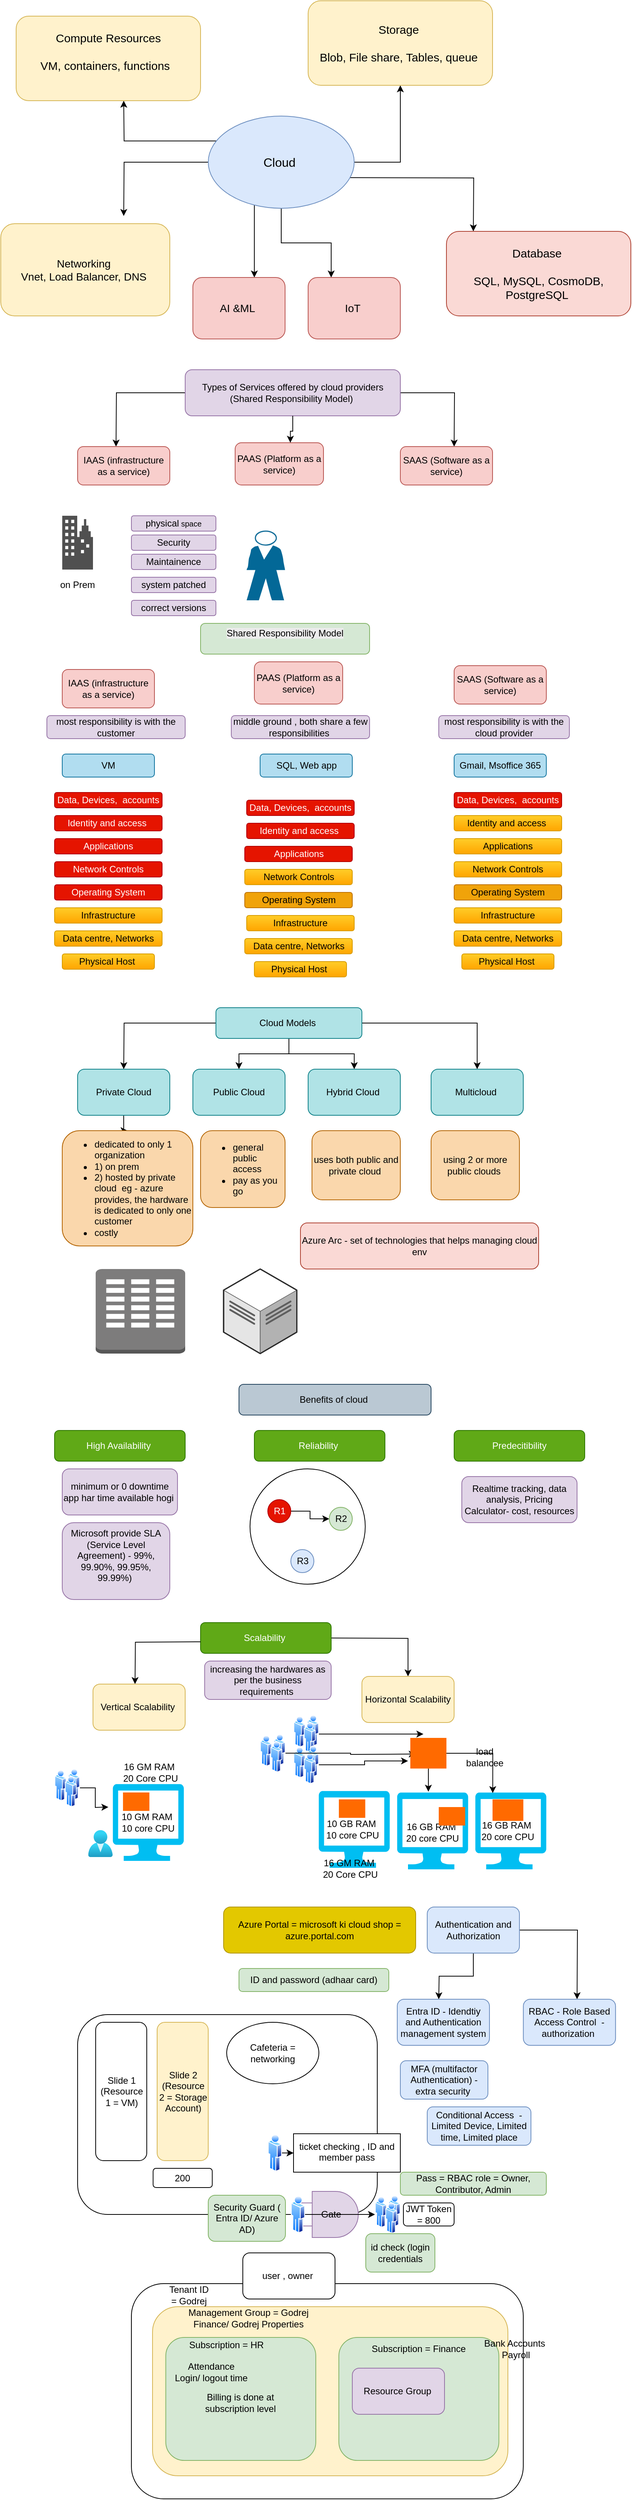
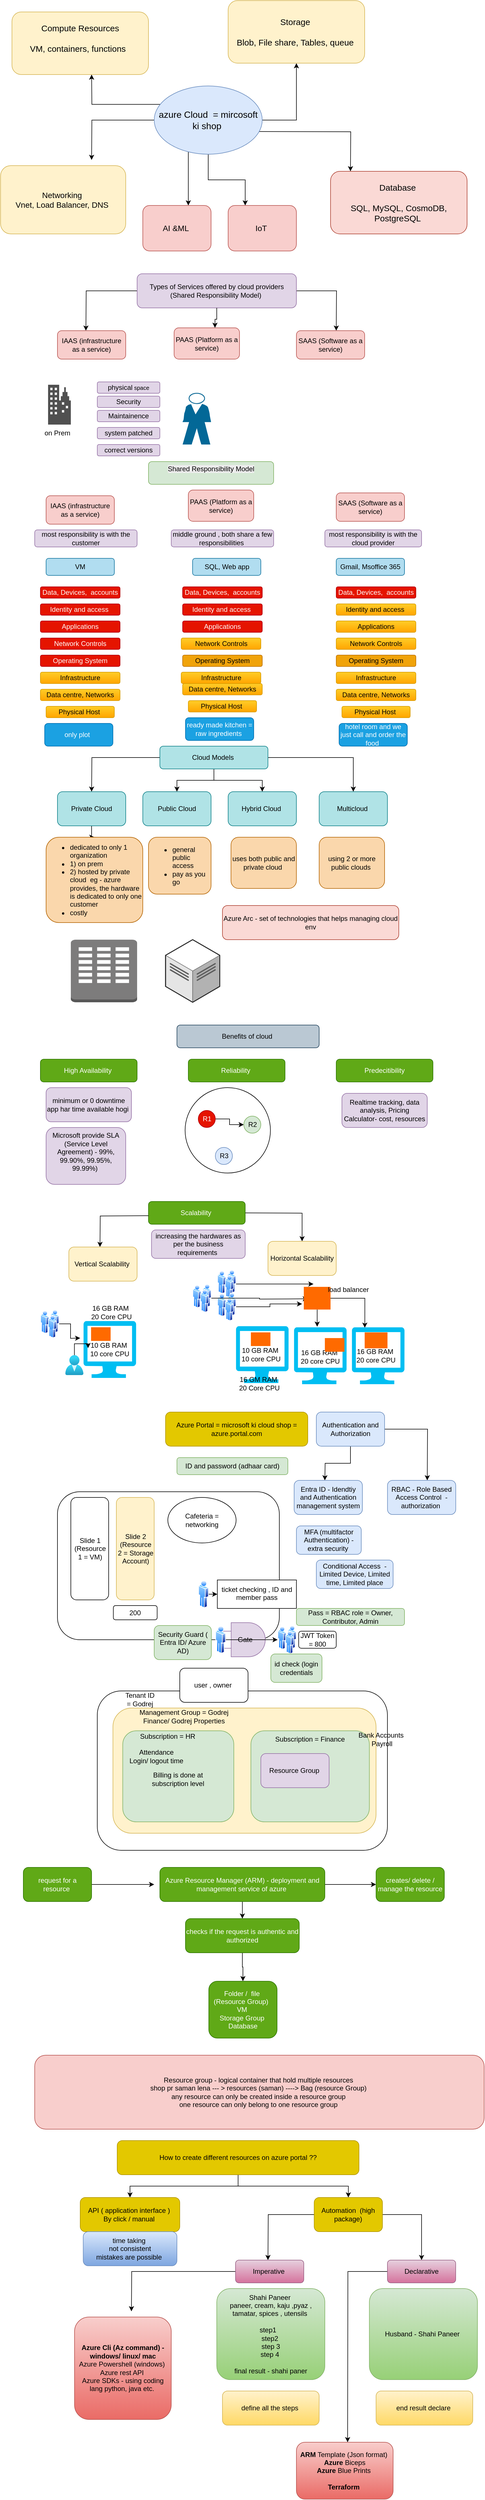
<mxfile host="app.diagrams.net">
  <diagram name="Page-1" id="3FCAWgGivvUF1Nj-s7xG">
    <mxGraphModel dx="824" dy="422" grid="1" gridSize="10" guides="1" tooltips="1" connect="1" arrows="1" fold="1" page="1" pageScale="1" pageWidth="9000000" pageHeight="9011690" math="0" shadow="0">
      <root>
        <mxCell id="0" />
        <mxCell id="1" parent="0" />
        <mxCell id="ik6IsKgd0wWjUEhBft66-3" edge="1" parent="1" source="ik6IsKgd0wWjUEhBft66-2" style="edgeStyle=orthogonalEdgeStyle;rounded=0;orthogonalLoop=1;jettySize=auto;html=1;exitX=0.073;exitY=0.27;exitDx=0;exitDy=0;exitPerimeter=0;">
          <mxGeometry relative="1" as="geometry">
            <mxPoint x="440" y="250" as="sourcePoint" />
            <mxPoint x="290" y="170" as="targetPoint" />
          </mxGeometry>
        </mxCell>
        <mxCell id="ik6IsKgd0wWjUEhBft66-5" edge="1" parent="1" source="ik6IsKgd0wWjUEhBft66-2" style="edgeStyle=orthogonalEdgeStyle;rounded=0;orthogonalLoop=1;jettySize=auto;html=1;">
          <mxGeometry relative="1" as="geometry">
            <mxPoint x="290" y="320" as="targetPoint" />
          </mxGeometry>
        </mxCell>
        <mxCell id="ik6IsKgd0wWjUEhBft66-8" edge="1" parent="1" source="ik6IsKgd0wWjUEhBft66-2" style="edgeStyle=orthogonalEdgeStyle;rounded=0;orthogonalLoop=1;jettySize=auto;html=1;">
          <mxGeometry relative="1" as="geometry">
            <Array as="points">
              <mxPoint x="650" y="250" />
            </Array>
            <mxPoint x="650" y="150" as="targetPoint" />
          </mxGeometry>
        </mxCell>
        <mxCell id="ik6IsKgd0wWjUEhBft66-12" edge="1" parent="1" style="edgeStyle=orthogonalEdgeStyle;rounded=0;orthogonalLoop=1;jettySize=auto;html=1;">
          <mxGeometry relative="1" as="geometry">
            <mxPoint x="555" y="270" as="sourcePoint" />
            <mxPoint x="745" y="340" as="targetPoint" />
          </mxGeometry>
        </mxCell>
        <mxCell id="ik6IsKgd0wWjUEhBft66-14" edge="1" parent="1" source="ik6IsKgd0wWjUEhBft66-2" style="edgeStyle=orthogonalEdgeStyle;rounded=0;orthogonalLoop=1;jettySize=auto;html=1;">
          <mxGeometry relative="1" as="geometry">
            <Array as="points">
              <mxPoint x="460" y="400" />
            </Array>
            <mxPoint x="460" y="400" as="targetPoint" />
          </mxGeometry>
        </mxCell>
        <mxCell id="ik6IsKgd0wWjUEhBft66-16" edge="1" parent="1" source="ik6IsKgd0wWjUEhBft66-2" style="edgeStyle=orthogonalEdgeStyle;rounded=0;orthogonalLoop=1;jettySize=auto;html=1;entryX=0.25;entryY=0;entryDx=0;entryDy=0;" target="ik6IsKgd0wWjUEhBft66-17">
          <mxGeometry relative="1" as="geometry">
            <Array as="points" />
            <mxPoint x="560" y="380" as="targetPoint" />
          </mxGeometry>
        </mxCell>
-         <mxCell id="ik6IsKgd0wWjUEhBft66-2" parent="1" style="ellipse;whiteSpace=wrap;html=1;fillColor=#dae8fc;strokeColor=#6c8ebf;" value="&lt;font style=&quot;font-size: 16px;&quot;&gt;Cloud&amp;nbsp;&lt;/font&gt;" vertex="1">
+         <mxCell id="ik6IsKgd0wWjUEhBft66-2" parent="1" style="ellipse;whiteSpace=wrap;html=1;fillColor=#dae8fc;strokeColor=#6c8ebf;" value="&lt;font style=&quot;font-size: 16px;&quot;&gt;azure Cloud&amp;nbsp; = mircosoft ki shop&amp;nbsp;&lt;/font&gt;" vertex="1">
          <mxGeometry height="120" width="190" x="400" y="190" as="geometry" />
        </mxCell>
        <mxCell id="ik6IsKgd0wWjUEhBft66-4" parent="1" style="rounded=1;whiteSpace=wrap;html=1;fontSize=15;fillColor=#fff2cc;strokeColor=#d6b656;" value="Compute Resources&lt;div&gt;&lt;br&gt;&lt;/div&gt;&lt;div&gt;VM, containers, functions&amp;nbsp;&amp;nbsp;&lt;div&gt;&lt;br&gt;&lt;/div&gt;&lt;/div&gt;" vertex="1">
          <mxGeometry height="110" width="240" x="150" y="60" as="geometry" />
        </mxCell>
        <mxCell id="ik6IsKgd0wWjUEhBft66-6" parent="1" style="rounded=1;whiteSpace=wrap;html=1;fontSize=14;fillColor=#fff2cc;strokeColor=#d6b656;" value="Networking&amp;nbsp;&lt;div&gt;Vnet, Load Balancer, DNS&amp;nbsp;&lt;/div&gt;" vertex="1">
          <mxGeometry height="120" width="220" x="130" y="330" as="geometry" />
        </mxCell>
        <mxCell id="ik6IsKgd0wWjUEhBft66-9" parent="1" style="rounded=1;whiteSpace=wrap;html=1;fontSize=15;fillColor=#fff2cc;strokeColor=#d6b656;" value="&lt;div&gt;&lt;div&gt;Storage&amp;nbsp;&lt;/div&gt;&lt;/div&gt;&lt;div&gt;&lt;br&gt;&lt;/div&gt;&lt;div&gt;Blob, File share, Tables, queue&amp;nbsp;&lt;/div&gt;" vertex="1">
          <mxGeometry height="110" width="240" x="530" y="40" as="geometry" />
        </mxCell>
        <mxCell id="ik6IsKgd0wWjUEhBft66-13" parent="1" style="rounded=1;whiteSpace=wrap;html=1;fontSize=15;fillColor=#fad9d5;strokeColor=#ae4132;" value="&lt;div&gt;&lt;div&gt;Database&amp;nbsp;&lt;/div&gt;&lt;/div&gt;&lt;div&gt;&lt;br&gt;&lt;/div&gt;&lt;div&gt;SQL, MySQL, CosmoDB, PostgreSQL&amp;nbsp;&lt;/div&gt;" vertex="1">
          <mxGeometry height="110" width="240" x="710" y="340" as="geometry" />
        </mxCell>
        <mxCell id="ik6IsKgd0wWjUEhBft66-15" parent="1" style="rounded=1;whiteSpace=wrap;html=1;fontSize=14;fillColor=#f8cecc;strokeColor=#b85450;" value="AI &amp;amp;ML&amp;nbsp;" vertex="1">
          <mxGeometry height="80" width="120" x="380" y="400" as="geometry" />
        </mxCell>
        <mxCell id="ik6IsKgd0wWjUEhBft66-17" parent="1" style="rounded=1;whiteSpace=wrap;html=1;fontSize=14;fillColor=#f8cecc;strokeColor=#b85450;" value="IoT&amp;nbsp;" vertex="1">
          <mxGeometry height="80" width="120" x="530" y="400" as="geometry" />
        </mxCell>
        <mxCell id="ik6IsKgd0wWjUEhBft66-19" edge="1" parent="1" source="ik6IsKgd0wWjUEhBft66-18" style="edgeStyle=orthogonalEdgeStyle;rounded=0;orthogonalLoop=1;jettySize=auto;html=1;">
          <mxGeometry relative="1" as="geometry">
            <mxPoint x="280" y="620" as="targetPoint" />
          </mxGeometry>
        </mxCell>
        <mxCell id="ik6IsKgd0wWjUEhBft66-25" edge="1" parent="1" source="ik6IsKgd0wWjUEhBft66-18" style="edgeStyle=orthogonalEdgeStyle;rounded=0;orthogonalLoop=1;jettySize=auto;html=1;">
          <mxGeometry relative="1" as="geometry">
            <mxPoint x="720" y="620" as="targetPoint" />
          </mxGeometry>
        </mxCell>
        <mxCell id="ik6IsKgd0wWjUEhBft66-18" parent="1" style="rounded=1;whiteSpace=wrap;html=1;fillColor=#e1d5e7;strokeColor=#9673a6;" value="Types of Services offered by cloud providers (Shared Responsibility Model)&amp;nbsp;" vertex="1">
          <mxGeometry height="60" width="280" x="370" y="520" as="geometry" />
        </mxCell>
        <mxCell id="ik6IsKgd0wWjUEhBft66-20" parent="1" style="rounded=1;whiteSpace=wrap;html=1;fillColor=#f8cecc;strokeColor=#b85450;" value="IAAS (infrastructure as a service)" vertex="1">
          <mxGeometry height="50" width="120" x="230" y="620" as="geometry" />
        </mxCell>
        <mxCell id="ik6IsKgd0wWjUEhBft66-21" parent="1" style="rounded=1;whiteSpace=wrap;html=1;fillColor=#f8cecc;strokeColor=#b85450;" value="PAAS (Platform as a service)" vertex="1">
          <mxGeometry height="55" width="115" x="435" y="615" as="geometry" />
        </mxCell>
        <mxCell id="ik6IsKgd0wWjUEhBft66-22" edge="1" parent="1" source="ik6IsKgd0wWjUEhBft66-18" style="edgeStyle=orthogonalEdgeStyle;rounded=0;orthogonalLoop=1;jettySize=auto;html=1;entryX=0.625;entryY=0;entryDx=0;entryDy=0;entryPerimeter=0;" target="ik6IsKgd0wWjUEhBft66-21">
          <mxGeometry relative="1" as="geometry" />
        </mxCell>
        <mxCell id="ik6IsKgd0wWjUEhBft66-24" parent="1" style="rounded=1;whiteSpace=wrap;html=1;fillColor=#f8cecc;strokeColor=#b85450;" value="SAAS (Software as a service)" vertex="1">
          <mxGeometry height="50" width="120" x="650" y="620" as="geometry" />
        </mxCell>
        <mxCell id="ik6IsKgd0wWjUEhBft66-26" parent="1" style="sketch=0;pointerEvents=1;shadow=0;dashed=0;html=1;strokeColor=none;fillColor=#505050;labelPosition=center;verticalLabelPosition=bottom;verticalAlign=top;outlineConnect=0;align=center;shape=mxgraph.office.concepts.on_premises;" value="" vertex="1">
-           <mxGeometry height="70" width="40" x="210" y="710" as="geometry" />
+           <mxGeometry height="70" width="40" x="213.5" y="715" as="geometry" />
        </mxCell>
        <mxCell id="ik6IsKgd0wWjUEhBft66-27" parent="1" style="rounded=1;whiteSpace=wrap;html=1;fillColor=#e1d5e7;strokeColor=#9673a6;" value="physical&lt;font size=&quot;1&quot;&gt;&amp;nbsp;space&lt;/font&gt;" vertex="1">
          <mxGeometry height="20" width="110" x="300" y="710" as="geometry" />
        </mxCell>
        <mxCell id="ik6IsKgd0wWjUEhBft66-28" parent="1" style="rounded=1;whiteSpace=wrap;html=1;fillColor=#e1d5e7;strokeColor=#9673a6;" value="Security" vertex="1">
          <mxGeometry height="20" width="110" x="300" y="735" as="geometry" />
        </mxCell>
        <mxCell id="ik6IsKgd0wWjUEhBft66-29" parent="1" style="rounded=1;whiteSpace=wrap;html=1;fillColor=#e1d5e7;strokeColor=#9673a6;" value="Maintainence" vertex="1">
          <mxGeometry height="20" width="110" x="300" y="760" as="geometry" />
        </mxCell>
        <mxCell id="ik6IsKgd0wWjUEhBft66-30" parent="1" style="rounded=1;whiteSpace=wrap;html=1;fillColor=#e1d5e7;strokeColor=#9673a6;" value="system patched" vertex="1">
          <mxGeometry height="20" width="110" x="300" y="790" as="geometry" />
        </mxCell>
        <mxCell id="ik6IsKgd0wWjUEhBft66-31" parent="1" style="rounded=1;whiteSpace=wrap;html=1;fillColor=#e1d5e7;strokeColor=#9673a6;" value="correct versions" vertex="1">
          <mxGeometry height="20" width="110" x="300" y="820" as="geometry" />
        </mxCell>
        <mxCell id="ik6IsKgd0wWjUEhBft66-32" parent="1" style="text;html=1;whiteSpace=wrap;strokeColor=none;fillColor=none;align=center;verticalAlign=middle;rounded=0;" value="on Prem" vertex="1">
          <mxGeometry height="30" width="60" x="200" y="785" as="geometry" />
        </mxCell>
        <mxCell id="ik6IsKgd0wWjUEhBft66-33" parent="1" style="shape=mxgraph.cisco.people.standing_man;html=1;pointerEvents=1;dashed=0;fillColor=#036897;strokeColor=#ffffff;strokeWidth=2;verticalLabelPosition=bottom;verticalAlign=top;align=center;outlineConnect=0;" value="" vertex="1">
          <mxGeometry height="90" width="50" x="450" y="730" as="geometry" />
        </mxCell>
        <mxCell id="ik6IsKgd0wWjUEhBft66-34" parent="1" style="rounded=1;whiteSpace=wrap;html=1;fillColor=#d5e8d4;strokeColor=#82b366;verticalAlign=middle;" value="&#xa;&lt;span style=&quot;color: rgb(0, 0, 0); font-family: Helvetica; font-size: 12px; font-style: normal; font-variant-ligatures: normal; font-variant-caps: normal; font-weight: 400; letter-spacing: normal; orphans: 2; text-align: center; text-indent: 0px; text-transform: none; widows: 2; word-spacing: 0px; -webkit-text-stroke-width: 0px; white-space: normal; background-color: rgb(236, 236, 236); text-decoration-thickness: initial; text-decoration-style: initial; text-decoration-color: initial; display: inline !important; float: none;&quot;&gt;Shared Responsibility Model&lt;/span&gt;&#xa;&#xa;" vertex="1">
          <mxGeometry height="40" width="220" x="390" y="850" as="geometry" />
        </mxCell>
        <mxCell id="ik6IsKgd0wWjUEhBft66-35" parent="1" style="rounded=1;whiteSpace=wrap;html=1;fillColor=#f8cecc;strokeColor=#b85450;" value="IAAS (infrastructure as a service)" vertex="1">
          <mxGeometry height="50" width="120" x="210" y="910" as="geometry" />
        </mxCell>
        <mxCell id="ik6IsKgd0wWjUEhBft66-36" parent="1" style="rounded=1;whiteSpace=wrap;html=1;fillColor=#e1d5e7;strokeColor=#9673a6;" value="most responsibility is with the customer" vertex="1">
          <mxGeometry height="30" width="180" x="190" y="970" as="geometry" />
        </mxCell>
        <mxCell id="ik6IsKgd0wWjUEhBft66-37" parent="1" style="rounded=1;whiteSpace=wrap;html=1;fillColor=#f8cecc;strokeColor=#b85450;" value="PAAS (Platform as a service)" vertex="1">
          <mxGeometry height="55" width="115" x="460" y="900" as="geometry" />
        </mxCell>
        <mxCell id="ik6IsKgd0wWjUEhBft66-38" parent="1" style="rounded=1;whiteSpace=wrap;html=1;fillColor=#f8cecc;strokeColor=#b85450;" value="SAAS (Software as a service)" vertex="1">
          <mxGeometry height="50" width="120" x="720" y="905" as="geometry" />
        </mxCell>
        <mxCell id="ik6IsKgd0wWjUEhBft66-39" parent="1" style="rounded=1;whiteSpace=wrap;html=1;fillColor=#e1d5e7;strokeColor=#9673a6;" value="most responsibility is with the cloud provider" vertex="1">
          <mxGeometry height="30" width="170" x="700" y="970" as="geometry" />
        </mxCell>
        <mxCell id="ik6IsKgd0wWjUEhBft66-40" parent="1" style="rounded=1;whiteSpace=wrap;html=1;fillColor=#e1d5e7;strokeColor=#9673a6;" value="middle ground , both share a few responsibilities&amp;nbsp;" vertex="1">
          <mxGeometry height="30" width="180" x="430" y="970" as="geometry" />
        </mxCell>
        <mxCell id="ik6IsKgd0wWjUEhBft66-41" parent="1" style="rounded=1;whiteSpace=wrap;html=1;fillColor=#ffcd28;strokeColor=#d79b00;gradientColor=#ffa500;" value="Physical Host&amp;nbsp;" vertex="1">
          <mxGeometry height="20" width="120" x="210" y="1280" as="geometry" />
        </mxCell>
        <mxCell id="ik6IsKgd0wWjUEhBft66-42" parent="1" style="rounded=1;whiteSpace=wrap;html=1;fillColor=#ffcd28;gradientColor=#ffa500;strokeColor=#d79b00;" value="Data centre, Networks" vertex="1">
          <mxGeometry height="20" width="140" x="200" y="1250" as="geometry" />
        </mxCell>
        <mxCell id="ik6IsKgd0wWjUEhBft66-43" parent="1" style="rounded=1;whiteSpace=wrap;html=1;fillColor=#ffcd28;gradientColor=#ffa500;strokeColor=#d79b00;" value="Infrastructure" vertex="1">
          <mxGeometry height="20" width="140" x="200" y="1220" as="geometry" />
        </mxCell>
        <mxCell id="ik6IsKgd0wWjUEhBft66-44" parent="1" style="rounded=1;whiteSpace=wrap;html=1;fillColor=#e51400;fontColor=#ffffff;strokeColor=#B20000;" value="Operating System" vertex="1">
          <mxGeometry height="20" width="140" x="200" y="1190" as="geometry" />
        </mxCell>
        <mxCell id="ik6IsKgd0wWjUEhBft66-45" parent="1" style="rounded=1;whiteSpace=wrap;html=1;fillColor=#e51400;fontColor=#ffffff;strokeColor=#B20000;" value="Network Controls" vertex="1">
          <mxGeometry height="20" width="140" x="200" y="1160" as="geometry" />
        </mxCell>
        <mxCell id="ik6IsKgd0wWjUEhBft66-46" parent="1" style="rounded=1;whiteSpace=wrap;html=1;fillColor=#e51400;fontColor=#ffffff;strokeColor=#B20000;" value="Applications" vertex="1">
          <mxGeometry height="20" width="140" x="200" y="1130" as="geometry" />
        </mxCell>
        <mxCell id="ik6IsKgd0wWjUEhBft66-47" parent="1" style="rounded=1;whiteSpace=wrap;html=1;fillColor=#e51400;fontColor=#ffffff;strokeColor=#B20000;" value="Identity and access&amp;nbsp;" vertex="1">
          <mxGeometry height="20" width="140" x="200" y="1100" as="geometry" />
        </mxCell>
        <mxCell id="ik6IsKgd0wWjUEhBft66-48" parent="1" style="rounded=1;whiteSpace=wrap;html=1;fillColor=#e51400;fontColor=#ffffff;strokeColor=#B20000;" value="Data, Devices,&amp;nbsp; accounts" vertex="1">
          <mxGeometry height="20" width="140" x="200" y="1070" as="geometry" />
        </mxCell>
        <mxCell id="ik6IsKgd0wWjUEhBft66-49" parent="1" style="rounded=1;whiteSpace=wrap;html=1;fillColor=#ffcd28;strokeColor=#d79b00;gradientColor=#ffa500;" value="Physical Host&amp;nbsp;" vertex="1">
-           <mxGeometry height="20" width="120" x="460" y="1290" as="geometry" />
+           <mxGeometry height="20" width="120" x="460" y="1270" as="geometry" />
        </mxCell>
        <mxCell id="ik6IsKgd0wWjUEhBft66-50" parent="1" style="rounded=1;whiteSpace=wrap;html=1;fillColor=#ffcd28;gradientColor=#ffa500;strokeColor=#d79b00;" value="Data centre, Networks" vertex="1">
-           <mxGeometry height="20" width="140" x="447.5" y="1260" as="geometry" />
+           <mxGeometry height="20" width="140" x="450" y="1240" as="geometry" />
        </mxCell>
        <mxCell id="ik6IsKgd0wWjUEhBft66-52" parent="1" style="rounded=1;whiteSpace=wrap;html=1;fillColor=#f0a30a;fontColor=#000000;strokeColor=#BD7000;" value="Operating System" vertex="1">
-           <mxGeometry height="20" width="140" x="447.5" y="1200" as="geometry" />
+           <mxGeometry height="20" width="140" x="450" y="1190" as="geometry" />
        </mxCell>
        <mxCell id="ik6IsKgd0wWjUEhBft66-53" parent="1" style="rounded=1;whiteSpace=wrap;html=1;fillColor=#ffcd28;strokeColor=#d79b00;gradientColor=#ffa500;" value="Network Controls" vertex="1">
-           <mxGeometry height="20" width="140" x="447.5" y="1170" as="geometry" />
+           <mxGeometry height="20" width="140" x="447.5" y="1160" as="geometry" />
        </mxCell>
        <mxCell id="ik6IsKgd0wWjUEhBft66-54" parent="1" style="rounded=1;whiteSpace=wrap;html=1;fillColor=#e51400;fontColor=#ffffff;strokeColor=#B20000;" value="Applications" vertex="1">
-           <mxGeometry height="20" width="140" x="447.5" y="1140" as="geometry" />
+           <mxGeometry height="20" width="140" x="450" y="1130" as="geometry" />
        </mxCell>
        <mxCell id="ik6IsKgd0wWjUEhBft66-55" parent="1" style="rounded=1;whiteSpace=wrap;html=1;fillColor=#e51400;fontColor=#ffffff;strokeColor=#B20000;" value="Identity and access&amp;nbsp;" vertex="1">
-           <mxGeometry height="20" width="140" x="450" y="1110" as="geometry" />
+           <mxGeometry height="20" width="140" x="450" y="1100" as="geometry" />
        </mxCell>
        <mxCell id="ik6IsKgd0wWjUEhBft66-56" parent="1" style="rounded=1;whiteSpace=wrap;html=1;fillColor=#e51400;fontColor=#ffffff;strokeColor=#B20000;" value="Data, Devices,&amp;nbsp; accounts" vertex="1">
-           <mxGeometry height="20" width="140" x="450" y="1080" as="geometry" />
+           <mxGeometry height="20" width="140" x="450" y="1070" as="geometry" />
        </mxCell>
        <mxCell id="ik6IsKgd0wWjUEhBft66-57" parent="1" style="rounded=1;whiteSpace=wrap;html=1;fillColor=#ffcd28;strokeColor=#d79b00;gradientColor=#ffa500;" value="Physical Host&amp;nbsp;" vertex="1">
          <mxGeometry height="20" width="120" x="730" y="1280" as="geometry" />
        </mxCell>
        <mxCell id="ik6IsKgd0wWjUEhBft66-58" parent="1" style="rounded=1;whiteSpace=wrap;html=1;fillColor=#ffcd28;gradientColor=#ffa500;strokeColor=#d79b00;" value="Data centre, Networks" vertex="1">
          <mxGeometry height="20" width="140" x="720" y="1250" as="geometry" />
        </mxCell>
        <mxCell id="ik6IsKgd0wWjUEhBft66-59" parent="1" style="rounded=1;whiteSpace=wrap;html=1;fillColor=#ffcd28;gradientColor=#ffa500;strokeColor=#d79b00;" value="Infrastructure" vertex="1">
-           <mxGeometry height="20" width="140" x="450" y="1230" as="geometry" />
+           <mxGeometry height="20" width="140" x="447.5" y="1220" as="geometry" />
        </mxCell>
        <mxCell id="ik6IsKgd0wWjUEhBft66-60" parent="1" style="rounded=1;whiteSpace=wrap;html=1;fillColor=#ffcd28;gradientColor=#ffa500;strokeColor=#d79b00;" value="Infrastructure" vertex="1">
          <mxGeometry height="20" width="140" x="720" y="1220" as="geometry" />
        </mxCell>
        <mxCell id="ik6IsKgd0wWjUEhBft66-61" parent="1" style="rounded=1;whiteSpace=wrap;html=1;fillColor=#f0a30a;fontColor=#000000;strokeColor=#BD7000;" value="Operating System" vertex="1">
          <mxGeometry height="20" width="140" x="720" y="1190" as="geometry" />
        </mxCell>
        <mxCell id="ik6IsKgd0wWjUEhBft66-62" parent="1" style="rounded=1;whiteSpace=wrap;html=1;fillColor=#ffcd28;strokeColor=#d79b00;gradientColor=#ffa500;" value="Network Controls" vertex="1">
          <mxGeometry height="20" width="140" x="720" y="1160" as="geometry" />
        </mxCell>
        <mxCell id="ik6IsKgd0wWjUEhBft66-63" parent="1" style="rounded=1;whiteSpace=wrap;html=1;fillColor=#ffcd28;strokeColor=#d79b00;gradientColor=#ffa500;" value="Applications" vertex="1">
          <mxGeometry height="20" width="140" x="720" y="1130" as="geometry" />
        </mxCell>
        <mxCell id="ik6IsKgd0wWjUEhBft66-64" parent="1" style="rounded=1;whiteSpace=wrap;html=1;fillColor=#ffcd28;strokeColor=#d79b00;gradientColor=#ffa500;" value="Identity and access&amp;nbsp;" vertex="1">
          <mxGeometry height="20" width="140" x="720" y="1100" as="geometry" />
        </mxCell>
        <mxCell id="ik6IsKgd0wWjUEhBft66-65" parent="1" style="rounded=1;whiteSpace=wrap;html=1;fillColor=#e51400;fontColor=#ffffff;strokeColor=#B20000;" value="Data, Devices,&amp;nbsp; accounts" vertex="1">
          <mxGeometry height="20" width="140" x="720" y="1070" as="geometry" />
        </mxCell>
        <mxCell id="ik6IsKgd0wWjUEhBft66-66" parent="1" style="rounded=1;whiteSpace=wrap;html=1;fillColor=#b1ddf0;strokeColor=#10739e;" value="VM" vertex="1">
          <mxGeometry height="30" width="120" x="210" y="1020" as="geometry" />
        </mxCell>
        <mxCell id="ik6IsKgd0wWjUEhBft66-67" parent="1" style="rounded=1;whiteSpace=wrap;html=1;fillColor=#b1ddf0;strokeColor=#10739e;" value="SQL, Web app" vertex="1">
          <mxGeometry height="30" width="120" x="467.5" y="1020" as="geometry" />
        </mxCell>
        <mxCell id="ik6IsKgd0wWjUEhBft66-68" parent="1" style="rounded=1;whiteSpace=wrap;html=1;fillColor=#b1ddf0;strokeColor=#10739e;" value="Gmail, Msoffice 365" vertex="1">
          <mxGeometry height="30" width="120" x="720" y="1020" as="geometry" />
        </mxCell>
        <mxCell id="ik6IsKgd0wWjUEhBft66-70" edge="1" parent="1" source="ik6IsKgd0wWjUEhBft66-69" style="edgeStyle=orthogonalEdgeStyle;rounded=0;orthogonalLoop=1;jettySize=auto;html=1;">
          <mxGeometry relative="1" as="geometry">
            <mxPoint x="290" y="1430" as="targetPoint" />
          </mxGeometry>
        </mxCell>
        <mxCell id="ik6IsKgd0wWjUEhBft66-75" edge="1" parent="1" source="ik6IsKgd0wWjUEhBft66-69" style="edgeStyle=orthogonalEdgeStyle;rounded=0;orthogonalLoop=1;jettySize=auto;html=1;" target="ik6IsKgd0wWjUEhBft66-74" value="">
          <mxGeometry relative="1" as="geometry" />
        </mxCell>
        <mxCell id="ik6IsKgd0wWjUEhBft66-77" edge="1" parent="1" source="ik6IsKgd0wWjUEhBft66-69" style="edgeStyle=orthogonalEdgeStyle;rounded=0;orthogonalLoop=1;jettySize=auto;html=1;" target="ik6IsKgd0wWjUEhBft66-76" value="">
          <mxGeometry relative="1" as="geometry" />
        </mxCell>
        <mxCell id="ik6IsKgd0wWjUEhBft66-79" edge="1" parent="1" source="ik6IsKgd0wWjUEhBft66-69" style="edgeStyle=orthogonalEdgeStyle;rounded=0;orthogonalLoop=1;jettySize=auto;html=1;" target="ik6IsKgd0wWjUEhBft66-78" value="">
          <mxGeometry relative="1" as="geometry" />
        </mxCell>
        <mxCell id="ik6IsKgd0wWjUEhBft66-69" parent="1" style="rounded=1;whiteSpace=wrap;html=1;fillColor=#b0e3e6;strokeColor=#0e8088;" value="Cloud Models&amp;nbsp;" vertex="1">
          <mxGeometry height="40" width="190" x="410" y="1350" as="geometry" />
        </mxCell>
        <mxCell id="ik6IsKgd0wWjUEhBft66-81" edge="1" parent="1" source="ik6IsKgd0wWjUEhBft66-71" style="edgeStyle=orthogonalEdgeStyle;rounded=0;orthogonalLoop=1;jettySize=auto;html=1;" target="ik6IsKgd0wWjUEhBft66-80" value="">
          <mxGeometry relative="1" as="geometry" />
        </mxCell>
        <mxCell id="ik6IsKgd0wWjUEhBft66-71" parent="1" style="rounded=1;whiteSpace=wrap;html=1;fillColor=#b0e3e6;strokeColor=#0e8088;" value="Private Cloud" vertex="1">
          <mxGeometry height="60" width="120" x="230" y="1430" as="geometry" />
        </mxCell>
        <mxCell id="ik6IsKgd0wWjUEhBft66-74" parent="1" style="whiteSpace=wrap;html=1;rounded=1;fillColor=#b0e3e6;strokeColor=#0e8088;" value="Public Cloud" vertex="1">
          <mxGeometry height="60" width="120" x="380" y="1430" as="geometry" />
        </mxCell>
        <mxCell id="ik6IsKgd0wWjUEhBft66-76" parent="1" style="whiteSpace=wrap;html=1;rounded=1;fillColor=#b0e3e6;strokeColor=#0e8088;" value="Hybrid Cloud&amp;nbsp;" vertex="1">
          <mxGeometry height="60" width="120" x="530" y="1430" as="geometry" />
        </mxCell>
        <mxCell id="ik6IsKgd0wWjUEhBft66-78" parent="1" style="whiteSpace=wrap;html=1;rounded=1;fillColor=#b0e3e6;strokeColor=#0e8088;" value="Multicloud&amp;nbsp;" vertex="1">
          <mxGeometry height="60" width="120" x="690" y="1430" as="geometry" />
        </mxCell>
        <mxCell id="ik6IsKgd0wWjUEhBft66-80" parent="1" style="whiteSpace=wrap;html=1;rounded=1;align=left;fillColor=#fad7ac;strokeColor=#b46504;" value="&lt;ul&gt;&lt;li&gt;dedicated to only 1 organization&amp;nbsp;&lt;/li&gt;&lt;li&gt;1) on prem&lt;/li&gt;&lt;li&gt;2) hosted by private cloud&amp;nbsp; eg - azure provides, the hardware is dedicated to only one customer&lt;/li&gt;&lt;li&gt;costly&amp;nbsp;&amp;nbsp;&lt;/li&gt;&lt;/ul&gt;" vertex="1">
          <mxGeometry height="150" width="170" x="210" y="1510" as="geometry" />
        </mxCell>
        <mxCell id="ik6IsKgd0wWjUEhBft66-82" parent="1" style="outlineConnect=0;dashed=0;verticalLabelPosition=bottom;verticalAlign=top;align=center;html=1;shape=mxgraph.aws3.corporate_data_center;fillColor=#7D7C7C;gradientColor=none;" value="" vertex="1">
          <mxGeometry height="110" width="116.5" x="253.5" y="1690" as="geometry" />
        </mxCell>
        <mxCell id="ik6IsKgd0wWjUEhBft66-83" parent="1" style="verticalLabelPosition=bottom;html=1;verticalAlign=top;strokeWidth=1;align=center;outlineConnect=0;dashed=0;outlineConnect=0;shape=mxgraph.aws3d.dataCenter;strokeColor=#5E5E5E;aspect=fixed;strokeColor2=#292929;" value="" vertex="1">
          <mxGeometry height="110" width="95.28" x="420" y="1690" as="geometry" />
        </mxCell>
        <mxCell id="ik6IsKgd0wWjUEhBft66-84" parent="1" style="whiteSpace=wrap;html=1;rounded=1;align=left;fillColor=#fad7ac;strokeColor=#b46504;" value="&lt;ul&gt;&lt;li&gt;general public access&amp;nbsp;&lt;/li&gt;&lt;li&gt;pay as you go&amp;nbsp;&lt;/li&gt;&lt;/ul&gt;" vertex="1">
          <mxGeometry height="100" width="110" x="390" y="1510" as="geometry" />
        </mxCell>
        <mxCell id="ik6IsKgd0wWjUEhBft66-85" parent="1" style="whiteSpace=wrap;html=1;rounded=1;align=center;fillColor=#fad7ac;strokeColor=#b46504;" value="&lt;span style=&quot;background-color: transparent; color: light-dark(rgb(0, 0, 0), rgb(255, 255, 255));&quot;&gt;uses both public and private cloud&amp;nbsp;&lt;/span&gt;" vertex="1">
          <mxGeometry height="90" width="115" x="535" y="1510" as="geometry" />
        </mxCell>
        <mxCell id="ik6IsKgd0wWjUEhBft66-86" parent="1" style="whiteSpace=wrap;html=1;rounded=1;align=center;fillColor=#fad7ac;strokeColor=#b46504;" value="using 2 or more public clouds&amp;nbsp;" vertex="1">
          <mxGeometry height="90" width="115" x="690" y="1510" as="geometry" />
        </mxCell>
        <mxCell id="ik6IsKgd0wWjUEhBft66-87" parent="1" style="rounded=1;whiteSpace=wrap;html=1;fillColor=#fad9d5;strokeColor=#ae4132;" value="Azure Arc - set of technologies that helps managing cloud env" vertex="1">
          <mxGeometry height="60" width="310" x="520" y="1630" as="geometry" />
        </mxCell>
        <mxCell id="ik6IsKgd0wWjUEhBft66-88" parent="1" style="rounded=1;whiteSpace=wrap;html=1;fillColor=#bac8d3;strokeColor=#23445d;" value="Benefits of cloud&amp;nbsp;" vertex="1">
          <mxGeometry height="40" width="250" x="440" y="1840" as="geometry" />
        </mxCell>
        <mxCell id="MNFPe3E4O46FSrIpNTyM-1" parent="1" style="rounded=1;whiteSpace=wrap;html=1;fillColor=#60a917;fontColor=#ffffff;strokeColor=#2D7600;" value="High Availability&amp;nbsp;" vertex="1">
          <mxGeometry height="40" width="170" x="200" y="1900" as="geometry" />
        </mxCell>
        <mxCell id="MNFPe3E4O46FSrIpNTyM-2" parent="1" style="rounded=1;whiteSpace=wrap;html=1;fillColor=#e1d5e7;strokeColor=#9673a6;" value="minimum or 0 downtime&lt;br&gt;app har time available hogi&amp;nbsp;" vertex="1">
          <mxGeometry height="60" width="150" x="210" y="1950" as="geometry" />
        </mxCell>
        <mxCell id="MNFPe3E4O46FSrIpNTyM-3" parent="1" style="rounded=1;whiteSpace=wrap;html=1;fillColor=#e1d5e7;strokeColor=#9673a6;" value="Microsoft provide SLA (Service Level Agreement) - 99%, 99.90%, 99.95%, 99.99%)&amp;nbsp;&lt;div&gt;&lt;br&gt;&lt;/div&gt;" vertex="1">
          <mxGeometry height="100" width="140" x="210" y="2020" as="geometry" />
        </mxCell>
        <mxCell id="MNFPe3E4O46FSrIpNTyM-10" edge="1" parent="1" style="edgeStyle=orthogonalEdgeStyle;rounded=0;orthogonalLoop=1;jettySize=auto;html=1;" target="MNFPe3E4O46FSrIpNTyM-9" value="">
          <mxGeometry relative="1" as="geometry">
            <mxPoint x="545" y="2170" as="sourcePoint" />
          </mxGeometry>
        </mxCell>
        <mxCell id="MNFPe3E4O46FSrIpNTyM-4" parent="1" style="rounded=1;whiteSpace=wrap;html=1;fillColor=#60a917;fontColor=#ffffff;strokeColor=#2D7600;" value="Scalability&amp;nbsp;" vertex="1">
          <mxGeometry height="40" width="170" x="390" y="2150" as="geometry" />
        </mxCell>
        <mxCell id="MNFPe3E4O46FSrIpNTyM-8" edge="1" parent="1" style="edgeStyle=orthogonalEdgeStyle;rounded=0;orthogonalLoop=1;jettySize=auto;html=1;" value="">
          <mxGeometry relative="1" as="geometry">
            <mxPoint x="389.9999999999999" y="2175" as="sourcePoint" />
            <mxPoint x="304.72" y="2230" as="targetPoint" />
          </mxGeometry>
        </mxCell>
        <mxCell id="MNFPe3E4O46FSrIpNTyM-6" parent="1" style="rounded=1;whiteSpace=wrap;html=1;fillColor=#e1d5e7;strokeColor=#9673a6;" value="increasing the hardwares as per the business requirements&amp;nbsp;" vertex="1">
          <mxGeometry height="50" width="164.72" x="395.28" y="2200" as="geometry" />
        </mxCell>
        <mxCell id="MNFPe3E4O46FSrIpNTyM-7" parent="1" style="whiteSpace=wrap;html=1;rounded=1;fillColor=#fff2cc;strokeColor=#d6b656;" value="Vertical Scalability&amp;nbsp;" vertex="1">
          <mxGeometry height="60" width="120" x="250" y="2230" as="geometry" />
        </mxCell>
        <mxCell id="MNFPe3E4O46FSrIpNTyM-9" parent="1" style="whiteSpace=wrap;html=1;fillColor=#fff2cc;strokeColor=#d6b656;rounded=1;" value="Horizontal Scalability" vertex="1">
          <mxGeometry height="60" width="120" x="600" y="2220" as="geometry" />
        </mxCell>
        <mxCell id="MNFPe3E4O46FSrIpNTyM-11" parent="1" style="verticalLabelPosition=bottom;html=1;verticalAlign=top;align=center;strokeColor=none;fillColor=#00BEF2;shape=mxgraph.azure.computer;pointerEvents=1;" value="" vertex="1">
          <mxGeometry height="100" width="92.5" x="275.75" y="2360" as="geometry" />
        </mxCell>
-         <mxCell id="MNFPe3E4O46FSrIpNTyM-12" parent="1" style="text;html=1;whiteSpace=wrap;strokeColor=none;fillColor=none;align=center;verticalAlign=middle;rounded=0;" value="10 GM RAM&amp;nbsp;&lt;div&gt;10 core CPU&lt;/div&gt;" vertex="1">
+         <mxCell id="MNFPe3E4O46FSrIpNTyM-12" parent="1" style="text;html=1;whiteSpace=wrap;strokeColor=none;fillColor=none;align=center;verticalAlign=middle;rounded=0;" value="10 GB RAM&amp;nbsp;&lt;div&gt;10 core CPU&lt;/div&gt;" vertex="1">
          <mxGeometry height="30" width="76" x="284" y="2395" as="geometry" />
        </mxCell>
        <mxCell id="MNFPe3E4O46FSrIpNTyM-13" parent="1" style="points=[];aspect=fixed;html=1;align=center;shadow=0;dashed=0;fillColor=#FF6A00;strokeColor=none;shape=mxgraph.alibaba_cloud.amscloudapp;" value="" vertex="1">
          <mxGeometry height="24" width="34.36" x="289.07" y="2371" as="geometry" />
        </mxCell>
        <mxCell id="MNFPe3E4O46FSrIpNTyM-14" parent="1" style="image;aspect=fixed;html=1;points=[];align=center;fontSize=12;image=img/lib/azure2/identity/Users.svg;" value="" vertex="1">
          <mxGeometry height="35" width="32" x="243.75" y="2420" as="geometry" />
        </mxCell>
        <mxCell id="MNFPe3E4O46FSrIpNTyM-16" edge="1" parent="1" source="MNFPe3E4O46FSrIpNTyM-15" style="edgeStyle=orthogonalEdgeStyle;rounded=0;orthogonalLoop=1;jettySize=auto;html=1;">
          <mxGeometry relative="1" as="geometry">
            <mxPoint x="270" y="2390" as="targetPoint" />
          </mxGeometry>
        </mxCell>
        <mxCell id="MNFPe3E4O46FSrIpNTyM-15" parent="1" style="image;aspect=fixed;perimeter=ellipsePerimeter;html=1;align=center;shadow=0;dashed=0;spacingTop=3;image=img/lib/active_directory/users.svg;" value="" vertex="1">
          <mxGeometry height="50" width="33" x="200" y="2340" as="geometry" />
        </mxCell>
-         <mxCell id="MNFPe3E4O46FSrIpNTyM-17" parent="1" style="text;html=1;whiteSpace=wrap;strokeColor=none;fillColor=none;align=center;verticalAlign=middle;rounded=0;" value="16 GM RAM&amp;nbsp;&lt;div&gt;20 Core CPU&lt;/div&gt;" vertex="1">
+         <mxCell id="MNFPe3E4O46FSrIpNTyM-17" parent="1" style="text;html=1;whiteSpace=wrap;strokeColor=none;fillColor=none;align=center;verticalAlign=middle;rounded=0;" value="16 GB RAM&amp;nbsp;&lt;div&gt;20 Core CPU&lt;/div&gt;" vertex="1">
          <mxGeometry height="30" width="110" x="270" y="2330" as="geometry" />
        </mxCell>
        <mxCell id="MNFPe3E4O46FSrIpNTyM-18" parent="1" style="verticalLabelPosition=bottom;html=1;verticalAlign=top;align=center;strokeColor=none;fillColor=#00BEF2;shape=mxgraph.azure.computer;pointerEvents=1;" value="" vertex="1">
          <mxGeometry height="100" width="92.5" x="543.75" y="2369" as="geometry" />
        </mxCell>
        <mxCell id="MNFPe3E4O46FSrIpNTyM-19" parent="1" style="text;html=1;whiteSpace=wrap;strokeColor=none;fillColor=none;align=center;verticalAlign=middle;rounded=0;" value="10 GB RAM&amp;nbsp;&lt;div&gt;10 core CPU&lt;/div&gt;" vertex="1">
          <mxGeometry height="30" width="76" x="550" y="2404" as="geometry" />
        </mxCell>
        <mxCell id="MNFPe3E4O46FSrIpNTyM-20" parent="1" style="text;html=1;whiteSpace=wrap;strokeColor=none;fillColor=none;align=center;verticalAlign=middle;rounded=0;" value="16 GM RAM&amp;nbsp;&lt;div&gt;20 Core CPU&lt;/div&gt;" vertex="1">
          <mxGeometry height="30" width="110" x="530" y="2455" as="geometry" />
        </mxCell>
        <mxCell id="MNFPe3E4O46FSrIpNTyM-21" parent="1" style="image;aspect=fixed;perimeter=ellipsePerimeter;html=1;align=center;shadow=0;dashed=0;spacingTop=3;image=img/lib/active_directory/users.svg;" value="" vertex="1">
          <mxGeometry height="50" width="33" x="511" y="2270" as="geometry" />
        </mxCell>
        <mxCell id="MNFPe3E4O46FSrIpNTyM-22" edge="1" parent="1" source="MNFPe3E4O46FSrIpNTyM-21" style="edgeStyle=orthogonalEdgeStyle;rounded=0;orthogonalLoop=1;jettySize=auto;html=1;">
          <mxGeometry relative="1" as="geometry">
            <mxPoint x="680" y="2295" as="targetPoint" />
          </mxGeometry>
        </mxCell>
        <mxCell id="MNFPe3E4O46FSrIpNTyM-23" parent="1" style="image;aspect=fixed;perimeter=ellipsePerimeter;html=1;align=center;shadow=0;dashed=0;spacingTop=3;image=img/lib/active_directory/users.svg;" value="" vertex="1">
          <mxGeometry height="50" width="33" x="511" y="2310" as="geometry" />
        </mxCell>
        <mxCell id="MNFPe3E4O46FSrIpNTyM-24" edge="1" parent="1" source="MNFPe3E4O46FSrIpNTyM-23" style="edgeStyle=orthogonalEdgeStyle;rounded=0;orthogonalLoop=1;jettySize=auto;html=1;entryX=-0.064;entryY=0.753;entryDx=0;entryDy=0;entryPerimeter=0;" target="MNFPe3E4O46FSrIpNTyM-35">
          <mxGeometry relative="1" as="geometry" />
        </mxCell>
        <mxCell id="MNFPe3E4O46FSrIpNTyM-25" parent="1" style="image;aspect=fixed;perimeter=ellipsePerimeter;html=1;align=center;shadow=0;dashed=0;spacingTop=3;image=img/lib/active_directory/users.svg;" value="" vertex="1">
          <mxGeometry height="50" width="33" x="467.5" y="2294.93" as="geometry" />
        </mxCell>
        <mxCell id="MNFPe3E4O46FSrIpNTyM-26" edge="1" parent="1" source="MNFPe3E4O46FSrIpNTyM-25" style="edgeStyle=orthogonalEdgeStyle;rounded=0;orthogonalLoop=1;jettySize=auto;html=1;">
          <mxGeometry relative="1" as="geometry">
            <mxPoint x="670" y="2321" as="targetPoint" />
          </mxGeometry>
        </mxCell>
        <mxCell id="MNFPe3E4O46FSrIpNTyM-27" parent="1" style="points=[];aspect=fixed;html=1;align=center;shadow=0;dashed=0;fillColor=#FF6A00;strokeColor=none;shape=mxgraph.alibaba_cloud.amscloudapp;" value="" vertex="1">
          <mxGeometry height="24" width="34.36" x="570" y="2380" as="geometry" />
        </mxCell>
        <mxCell id="MNFPe3E4O46FSrIpNTyM-29" parent="1" style="verticalLabelPosition=bottom;html=1;verticalAlign=top;align=center;strokeColor=none;fillColor=#00BEF2;shape=mxgraph.azure.computer;pointerEvents=1;" value="" vertex="1">
          <mxGeometry height="100" width="92.5" x="645.75" y="2371" as="geometry" />
        </mxCell>
        <mxCell id="MNFPe3E4O46FSrIpNTyM-30" parent="1" style="text;html=1;whiteSpace=wrap;strokeColor=none;fillColor=none;align=center;verticalAlign=middle;rounded=0;" value="16 GB RAM&amp;nbsp;&lt;div&gt;20 core CPU&lt;/div&gt;" vertex="1">
          <mxGeometry height="30" width="76" x="654" y="2408" as="geometry" />
        </mxCell>
        <mxCell id="MNFPe3E4O46FSrIpNTyM-31" parent="1" style="points=[];aspect=fixed;html=1;align=center;shadow=0;dashed=0;fillColor=#FF6A00;strokeColor=none;shape=mxgraph.alibaba_cloud.amscloudapp;" value="" vertex="1">
          <mxGeometry height="24" width="34.36" x="700" y="2390" as="geometry" />
        </mxCell>
        <mxCell id="MNFPe3E4O46FSrIpNTyM-32" parent="1" style="verticalLabelPosition=bottom;html=1;verticalAlign=top;align=center;strokeColor=none;fillColor=#00BEF2;shape=mxgraph.azure.computer;pointerEvents=1;" value="" vertex="1">
          <mxGeometry height="100" width="92.5" x="747.5" y="2371" as="geometry" />
        </mxCell>
        <mxCell id="MNFPe3E4O46FSrIpNTyM-33" parent="1" style="text;html=1;whiteSpace=wrap;strokeColor=none;fillColor=none;align=center;verticalAlign=middle;rounded=0;" value="16 GB RAM&amp;nbsp;&lt;div&gt;20 core CPU&lt;/div&gt;" vertex="1">
          <mxGeometry height="30" width="76" x="752" y="2406" as="geometry" />
        </mxCell>
        <mxCell id="MNFPe3E4O46FSrIpNTyM-34" parent="1" style="points=[];aspect=fixed;html=1;align=center;shadow=0;dashed=0;fillColor=#FF6A00;strokeColor=none;shape=mxgraph.alibaba_cloud.amscloudapp;" value="" vertex="1">
          <mxGeometry height="28" width="40.09" x="770" y="2380" as="geometry" />
        </mxCell>
        <mxCell id="MNFPe3E4O46FSrIpNTyM-39" edge="1" parent="1" source="MNFPe3E4O46FSrIpNTyM-35" style="edgeStyle=orthogonalEdgeStyle;rounded=0;orthogonalLoop=1;jettySize=auto;html=1;">
          <mxGeometry relative="1" as="geometry">
            <mxPoint x="686.5" y="2370" as="targetPoint" />
          </mxGeometry>
        </mxCell>
        <mxCell id="MNFPe3E4O46FSrIpNTyM-35" parent="1" style="points=[];aspect=fixed;html=1;align=center;shadow=0;dashed=0;fillColor=#FF6A00;strokeColor=none;shape=mxgraph.alibaba_cloud.clb_classic_load_balancer_01;" value="" vertex="1">
          <mxGeometry height="39.86" width="47" x="663" y="2300" as="geometry" />
        </mxCell>
-         <mxCell id="MNFPe3E4O46FSrIpNTyM-36" parent="1" style="text;html=1;whiteSpace=wrap;strokeColor=none;fillColor=none;align=center;verticalAlign=middle;rounded=0;" value="load balancee" vertex="1">
-           <mxGeometry height="30" width="60" x="730" y="2310" as="geometry" />
+         <mxCell id="MNFPe3E4O46FSrIpNTyM-36" parent="1" style="text;html=1;whiteSpace=wrap;strokeColor=none;fillColor=none;align=center;verticalAlign=middle;rounded=0;" value="load balancer" vertex="1">
+           <mxGeometry height="30" width="82.5" x="700" y="2290" as="geometry" />
        </mxCell>
        <mxCell id="MNFPe3E4O46FSrIpNTyM-37" edge="1" parent="1" source="MNFPe3E4O46FSrIpNTyM-35" style="edgeStyle=orthogonalEdgeStyle;rounded=0;orthogonalLoop=1;jettySize=auto;html=1;entryX=0.246;entryY=0.008;entryDx=0;entryDy=0;entryPerimeter=0;" target="MNFPe3E4O46FSrIpNTyM-32">
          <mxGeometry relative="1" as="geometry" />
        </mxCell>
        <mxCell id="MNFPe3E4O46FSrIpNTyM-40" parent="1" style="rounded=1;whiteSpace=wrap;html=1;fillColor=#60a917;fontColor=#ffffff;strokeColor=#2D7600;" value="Reliability&amp;nbsp;" vertex="1">
          <mxGeometry height="40" width="170" x="460" y="1900" as="geometry" />
        </mxCell>
        <mxCell id="MNFPe3E4O46FSrIpNTyM-41" parent="1" style="ellipse;whiteSpace=wrap;html=1;aspect=fixed;" value="" vertex="1">
          <mxGeometry height="150" width="150" x="454.36" y="1950" as="geometry" />
        </mxCell>
        <mxCell id="MNFPe3E4O46FSrIpNTyM-45" edge="1" parent="1" source="MNFPe3E4O46FSrIpNTyM-42" style="edgeStyle=orthogonalEdgeStyle;rounded=0;orthogonalLoop=1;jettySize=auto;html=1;" target="MNFPe3E4O46FSrIpNTyM-43">
          <mxGeometry relative="1" as="geometry" />
        </mxCell>
        <mxCell id="MNFPe3E4O46FSrIpNTyM-42" parent="1" style="ellipse;whiteSpace=wrap;html=1;aspect=fixed;fillColor=#e51400;strokeColor=#B20000;fontColor=#ffffff;" value="R1" vertex="1">
          <mxGeometry height="30" width="30" x="477.5" y="1990" as="geometry" />
        </mxCell>
        <mxCell id="MNFPe3E4O46FSrIpNTyM-43" parent="1" style="ellipse;whiteSpace=wrap;html=1;aspect=fixed;fillColor=#d5e8d4;strokeColor=#82b366;" value="R2" vertex="1">
          <mxGeometry height="30" width="30" x="557.5" y="2000" as="geometry" />
        </mxCell>
        <mxCell id="MNFPe3E4O46FSrIpNTyM-44" parent="1" style="ellipse;whiteSpace=wrap;html=1;aspect=fixed;fillColor=#dae8fc;strokeColor=#6c8ebf;" value="R3" vertex="1">
          <mxGeometry height="30" width="30" x="507.5" y="2055" as="geometry" />
        </mxCell>
        <mxCell id="MNFPe3E4O46FSrIpNTyM-46" parent="1" style="rounded=1;whiteSpace=wrap;html=1;fillColor=#60a917;fontColor=#ffffff;strokeColor=#2D7600;" value="Predecitibility" vertex="1">
          <mxGeometry height="40" width="170" x="720" y="1900" as="geometry" />
        </mxCell>
        <mxCell id="MNFPe3E4O46FSrIpNTyM-48" parent="1" style="rounded=1;whiteSpace=wrap;html=1;fillColor=#e1d5e7;strokeColor=#9673a6;" value="Realtime tracking, data analysis, Pricing Calculator- cost, resources" vertex="1">
          <mxGeometry height="60" width="150" x="730" y="1960" as="geometry" />
        </mxCell>
        <mxCell id="MNFPe3E4O46FSrIpNTyM-49" parent="1" style="rounded=1;whiteSpace=wrap;html=1;fillColor=#e3c800;fontColor=#000000;strokeColor=#B09500;" value="Azure Portal = microsoft ki cloud shop = azure.portal.com" vertex="1">
          <mxGeometry height="60" width="250" x="420" y="2520" as="geometry" />
        </mxCell>
        <mxCell id="MNFPe3E4O46FSrIpNTyM-50" parent="1" style="rounded=1;whiteSpace=wrap;html=1;fillColor=#d5e8d4;strokeColor=#82b366;" value="ID and password (adhaar card)" vertex="1">
          <mxGeometry height="30" width="195" x="440" y="2600" as="geometry" />
        </mxCell>
        <mxCell id="MNFPe3E4O46FSrIpNTyM-51" parent="1" style="rounded=1;whiteSpace=wrap;html=1;" value="" vertex="1">
          <mxGeometry height="260" width="390" x="230" y="2660" as="geometry" />
        </mxCell>
        <mxCell id="MNFPe3E4O46FSrIpNTyM-52" parent="1" style="verticalLabelPosition=bottom;shadow=0;dashed=0;align=center;html=1;verticalAlign=top;shape=mxgraph.electrical.logic_gates.logic_gate;operation=and;fillColor=#e1d5e7;strokeColor=#9673a6;" value="" vertex="1">
          <mxGeometry height="60" width="100" x="515.28" y="2890" as="geometry" />
        </mxCell>
        <mxCell id="MNFPe3E4O46FSrIpNTyM-53" parent="1" style="text;html=1;whiteSpace=wrap;strokeColor=none;fillColor=none;align=center;verticalAlign=middle;rounded=0;" value="Gate" vertex="1">
          <mxGeometry height="30" width="60" x="530" y="2905" as="geometry" />
        </mxCell>
        <mxCell id="MNFPe3E4O46FSrIpNTyM-59" edge="1" parent="1" source="MNFPe3E4O46FSrIpNTyM-54" style="edgeStyle=orthogonalEdgeStyle;rounded=0;orthogonalLoop=1;jettySize=auto;html=1;" target="MNFPe3E4O46FSrIpNTyM-55">
          <mxGeometry relative="1" as="geometry" />
        </mxCell>
        <mxCell id="MNFPe3E4O46FSrIpNTyM-54" parent="1" style="image;aspect=fixed;perimeter=ellipsePerimeter;html=1;align=center;shadow=0;dashed=0;spacingTop=3;image=img/lib/active_directory/user.svg;" value="" vertex="1">
          <mxGeometry height="50" width="18.5" x="507.5" y="2895" as="geometry" />
        </mxCell>
        <mxCell id="MNFPe3E4O46FSrIpNTyM-55" parent="1" style="image;aspect=fixed;perimeter=ellipsePerimeter;html=1;align=center;shadow=0;dashed=0;spacingTop=3;image=img/lib/active_directory/users.svg;" value="" vertex="1">
          <mxGeometry height="50" width="33" x="617" y="2895" as="geometry" />
        </mxCell>
        <mxCell id="MNFPe3E4O46FSrIpNTyM-56" parent="1" style="rounded=1;whiteSpace=wrap;html=1;fillColor=#d5e8d4;strokeColor=#82b366;" value="id check (login credentials" vertex="1">
          <mxGeometry height="50" width="90" x="605" y="2945" as="geometry" />
        </mxCell>
        <mxCell id="MNFPe3E4O46FSrIpNTyM-57" parent="1" style="rounded=1;whiteSpace=wrap;html=1;fillColor=#d5e8d4;strokeColor=#82b366;" value="Security Guard ( Entra ID/ Azure AD)" vertex="1">
          <mxGeometry height="60" width="100.5" x="400" y="2895" as="geometry" />
        </mxCell>
        <mxCell id="MNFPe3E4O46FSrIpNTyM-60" parent="1" style="rounded=1;whiteSpace=wrap;html=1;" value="JWT Token = 800" vertex="1">
          <mxGeometry height="30" width="66" x="654" y="2905" as="geometry" />
        </mxCell>
        <mxCell id="MNFPe3E4O46FSrIpNTyM-61" parent="1" style="rounded=1;whiteSpace=wrap;html=1;" value="Slide 1 (Resource 1 = VM)" vertex="1">
          <mxGeometry height="180" width="66.5" x="253.5" y="2670" as="geometry" />
        </mxCell>
        <mxCell id="MNFPe3E4O46FSrIpNTyM-62" parent="1" style="rounded=1;whiteSpace=wrap;html=1;fillColor=#fff2cc;strokeColor=#d6b656;" value="Slide 2 (Resource 2 = Storage Account)" vertex="1">
          <mxGeometry height="180" width="66.5" x="333.5" y="2670" as="geometry" />
        </mxCell>
        <mxCell id="MNFPe3E4O46FSrIpNTyM-63" parent="1" style="ellipse;whiteSpace=wrap;html=1;" value="Cafeteria = networking" vertex="1">
          <mxGeometry height="80" width="120" x="424" y="2670" as="geometry" />
        </mxCell>
        <mxCell id="MNFPe3E4O46FSrIpNTyM-64" parent="1" style="rounded=1;whiteSpace=wrap;html=1;" value="200" vertex="1">
          <mxGeometry height="25" width="77" x="328.25" y="2860" as="geometry" />
        </mxCell>
        <mxCell id="MNFPe3E4O46FSrIpNTyM-66" parent="1" style="rounded=1;whiteSpace=wrap;html=1;fillColor=#d5e8d4;strokeColor=#82b366;" value="Pass = RBAC role = Owner, Contributor, Admin" vertex="1">
          <mxGeometry height="30" width="190" x="650" y="2865" as="geometry" />
        </mxCell>
        <mxCell id="MNFPe3E4O46FSrIpNTyM-68" edge="1" parent="1" source="MNFPe3E4O46FSrIpNTyM-67" style="edgeStyle=orthogonalEdgeStyle;rounded=0;orthogonalLoop=1;jettySize=auto;html=1;">
          <mxGeometry relative="1" as="geometry">
            <mxPoint x="700" y="2640" as="targetPoint" />
          </mxGeometry>
        </mxCell>
        <mxCell id="MNFPe3E4O46FSrIpNTyM-70" edge="1" parent="1" source="MNFPe3E4O46FSrIpNTyM-67" style="edgeStyle=orthogonalEdgeStyle;rounded=0;orthogonalLoop=1;jettySize=auto;html=1;">
          <mxGeometry relative="1" as="geometry">
            <mxPoint x="880" y="2640" as="targetPoint" />
          </mxGeometry>
        </mxCell>
        <mxCell id="MNFPe3E4O46FSrIpNTyM-67" parent="1" style="rounded=1;whiteSpace=wrap;html=1;fillColor=#dae8fc;strokeColor=#6c8ebf;" value="Authentication and Authorization" vertex="1">
          <mxGeometry height="60" width="120" x="685" y="2520" as="geometry" />
        </mxCell>
        <mxCell id="MNFPe3E4O46FSrIpNTyM-69" parent="1" style="rounded=1;whiteSpace=wrap;html=1;fillColor=#dae8fc;strokeColor=#6c8ebf;" value="Entra ID - Idendtiy and Authentication management system" vertex="1">
          <mxGeometry height="60" width="120" x="646" y="2640" as="geometry" />
        </mxCell>
        <mxCell id="MNFPe3E4O46FSrIpNTyM-71" parent="1" style="rounded=1;whiteSpace=wrap;html=1;fillColor=#dae8fc;strokeColor=#6c8ebf;" value="RBAC - Role Based Access Control&amp;nbsp; - authorization&amp;nbsp;" vertex="1">
          <mxGeometry height="60" width="120" x="810.09" y="2640" as="geometry" />
        </mxCell>
        <mxCell id="MNFPe3E4O46FSrIpNTyM-72" parent="1" style="rounded=1;whiteSpace=wrap;html=1;fillColor=#dae8fc;strokeColor=#6c8ebf;" value="MFA (multifactor Authentication) - extra security&amp;nbsp;" vertex="1">
          <mxGeometry height="50" width="114" x="650" y="2720" as="geometry" />
        </mxCell>
        <mxCell id="MNFPe3E4O46FSrIpNTyM-75" edge="1" parent="1" source="MNFPe3E4O46FSrIpNTyM-73" style="edgeStyle=orthogonalEdgeStyle;rounded=0;orthogonalLoop=1;jettySize=auto;html=1;" target="MNFPe3E4O46FSrIpNTyM-74" value="">
          <mxGeometry relative="1" as="geometry" />
        </mxCell>
        <mxCell id="MNFPe3E4O46FSrIpNTyM-73" parent="1" style="image;aspect=fixed;perimeter=ellipsePerimeter;html=1;align=center;shadow=0;dashed=0;spacingTop=3;image=img/lib/active_directory/user.svg;" value="" vertex="1">
          <mxGeometry height="50" width="18.5" x="477.5" y="2815" as="geometry" />
        </mxCell>
        <mxCell id="MNFPe3E4O46FSrIpNTyM-74" parent="1" style="whiteSpace=wrap;html=1;verticalAlign=top;labelBackgroundColor=default;shadow=0;dashed=0;spacingTop=3;" value="ticket checking , ID and member pass" vertex="1">
          <mxGeometry height="50" width="139" x="511" y="2815" as="geometry" />
        </mxCell>
        <mxCell id="MNFPe3E4O46FSrIpNTyM-76" parent="1" style="rounded=1;whiteSpace=wrap;html=1;fillColor=#dae8fc;strokeColor=#6c8ebf;" value="Conditional Access&amp;nbsp; - Limited Device, Limited time, Limited place" vertex="1">
          <mxGeometry height="50" width="135" x="685" y="2780" as="geometry" />
        </mxCell>
        <mxCell id="MNFPe3E4O46FSrIpNTyM-77" parent="1" style="rounded=1;whiteSpace=wrap;html=1;" value="" vertex="1">
          <mxGeometry height="280" width="510" x="300" y="3010" as="geometry" />
        </mxCell>
        <mxCell id="MNFPe3E4O46FSrIpNTyM-78" parent="1" style="rounded=1;whiteSpace=wrap;html=1;fillColor=#fff2cc;strokeColor=#d6b656;" value="" vertex="1">
          <mxGeometry height="220" width="462.5" x="327.5" y="3040" as="geometry" />
        </mxCell>
        <mxCell id="MNFPe3E4O46FSrIpNTyM-79" parent="1" style="text;html=1;whiteSpace=wrap;strokeColor=none;fillColor=none;align=center;verticalAlign=middle;rounded=0;" value="Management Group = Godrej Finance/ Godrej Properties" vertex="1">
          <mxGeometry height="30" width="164.72" x="370" y="3040" as="geometry" />
        </mxCell>
        <mxCell id="MNFPe3E4O46FSrIpNTyM-80" parent="1" style="rounded=1;whiteSpace=wrap;html=1;fillColor=#d5e8d4;strokeColor=#82b366;" value="" vertex="1">
          <mxGeometry height="160" width="195.25" x="344.75" y="3080" as="geometry" />
        </mxCell>
        <mxCell id="MNFPe3E4O46FSrIpNTyM-81" parent="1" style="text;html=1;whiteSpace=wrap;strokeColor=none;fillColor=none;align=center;verticalAlign=middle;rounded=0;" value="Subscription = HR&amp;nbsp;" vertex="1">
          <mxGeometry height="30" width="105" x="372.5" y="3075" as="geometry" />
        </mxCell>
        <mxCell id="MNFPe3E4O46FSrIpNTyM-82" parent="1" style="rounded=1;whiteSpace=wrap;html=1;fillColor=#d5e8d4;strokeColor=#82b366;" value="" vertex="1">
          <mxGeometry height="160" width="208.25" x="570" y="3080" as="geometry" />
        </mxCell>
        <mxCell id="MNFPe3E4O46FSrIpNTyM-83" parent="1" style="text;html=1;whiteSpace=wrap;strokeColor=none;fillColor=none;align=center;verticalAlign=middle;rounded=0;" value="Subscription = Finance" vertex="1">
          <mxGeometry height="30" width="132" x="608.13" y="3080" as="geometry" />
        </mxCell>
        <mxCell id="MNFPe3E4O46FSrIpNTyM-84" parent="1" style="text;html=1;whiteSpace=wrap;strokeColor=none;fillColor=none;align=center;verticalAlign=middle;rounded=0;" value="Attendance&lt;div&gt;Login/ logout time&lt;/div&gt;" vertex="1">
          <mxGeometry height="50" width="100" x="354.36" y="3100" as="geometry" />
        </mxCell>
        <mxCell id="MNFPe3E4O46FSrIpNTyM-86" parent="1" style="text;html=1;whiteSpace=wrap;strokeColor=none;fillColor=none;align=center;verticalAlign=middle;rounded=0;" value="Bank Accounts&amp;nbsp;&lt;div&gt;Payroll&lt;/div&gt;" vertex="1">
          <mxGeometry height="40" width="125" x="738.25" y="3075" as="geometry" />
        </mxCell>
        <mxCell id="MNFPe3E4O46FSrIpNTyM-87" parent="1" style="text;html=1;whiteSpace=wrap;strokeColor=none;fillColor=none;align=center;verticalAlign=middle;rounded=0;" value="Billing is done at subscription level" vertex="1">
          <mxGeometry height="30" width="156" x="364" y="3150" as="geometry" />
        </mxCell>
        <mxCell id="MNFPe3E4O46FSrIpNTyM-88" parent="1" style="text;html=1;whiteSpace=wrap;strokeColor=none;fillColor=none;align=center;verticalAlign=middle;rounded=0;" value="Tenant ID = Godrej" vertex="1">
          <mxGeometry height="30" width="60" x="345" y="3010" as="geometry" />
        </mxCell>
        <mxCell id="MNFPe3E4O46FSrIpNTyM-90" parent="1" style="rounded=1;whiteSpace=wrap;html=1;" value="user , owner&amp;nbsp;" vertex="1">
          <mxGeometry height="60" width="120" x="445" y="2970" as="geometry" />
        </mxCell>
        <mxCell id="MNFPe3E4O46FSrIpNTyM-91" parent="1" style="rounded=1;whiteSpace=wrap;html=1;fillColor=#e1d5e7;strokeColor=#9673a6;" value="Resource Group&amp;nbsp;" vertex="1">
          <mxGeometry height="60" width="120" x="587.5" y="3120" as="geometry" />
+         </mxCell>
+         <mxCell id="m2yAFZURwQzL_4JhR4vO-1" parent="1" style="rounded=1;whiteSpace=wrap;html=1;fillColor=#1ba1e2;strokeColor=#006EAF;fontColor=#ffffff;" value="only plot&amp;nbsp;&amp;nbsp;" vertex="1">
+           <mxGeometry height="40" width="120" x="207.5" y="1310" as="geometry" />
+         </mxCell>
+         <mxCell id="m2yAFZURwQzL_4JhR4vO-2" parent="1" style="rounded=1;whiteSpace=wrap;html=1;fillColor=#1ba1e2;strokeColor=#006EAF;fontColor=#ffffff;" value="ready made kitchen = raw ingredients&amp;nbsp;" vertex="1">
+           <mxGeometry height="40" width="120" x="455" y="1300" as="geometry" />
+         </mxCell>
+         <mxCell id="m2yAFZURwQzL_4JhR4vO-3" parent="1" style="rounded=1;whiteSpace=wrap;html=1;fillColor=#1ba1e2;strokeColor=#006EAF;fontColor=#ffffff;" value="hotel room and we just call and order the food&amp;nbsp;" vertex="1">
+           <mxGeometry height="40" width="120" x="725" y="1310" as="geometry" />
+         </mxCell>
+         <mxCell id="m2yAFZURwQzL_4JhR4vO-7" edge="1" parent="1" source="MNFPe3E4O46FSrIpNTyM-14" style="edgeStyle=orthogonalEdgeStyle;rounded=0;orthogonalLoop=1;jettySize=auto;html=1;entryX=0.087;entryY=0.476;entryDx=0;entryDy=0;entryPerimeter=0;" target="MNFPe3E4O46FSrIpNTyM-11">
+           <mxGeometry relative="1" as="geometry" />
+         </mxCell>
+         <mxCell id="m2yAFZURwQzL_4JhR4vO-12" edge="1" parent="1" source="m2yAFZURwQzL_4JhR4vO-8" style="edgeStyle=orthogonalEdgeStyle;rounded=0;orthogonalLoop=1;jettySize=auto;html=1;" target="m2yAFZURwQzL_4JhR4vO-11" value="">
+           <mxGeometry relative="1" as="geometry" />
+         </mxCell>
+         <mxCell id="m2yAFZURwQzL_4JhR4vO-14" edge="1" parent="1" source="m2yAFZURwQzL_4JhR4vO-8" style="edgeStyle=orthogonalEdgeStyle;rounded=0;orthogonalLoop=1;jettySize=auto;html=1;" target="m2yAFZURwQzL_4JhR4vO-13" value="">
+           <mxGeometry relative="1" as="geometry" />
+         </mxCell>
+         <mxCell id="m2yAFZURwQzL_4JhR4vO-8" parent="1" style="rounded=1;whiteSpace=wrap;html=1;fillColor=#60a917;fontColor=#ffffff;strokeColor=#2D7600;" value="Azure Resource Manager (ARM) - deployment and management service of azure&amp;nbsp;" vertex="1">
+           <mxGeometry height="60" width="290" x="410" y="3320" as="geometry" />
+         </mxCell>
+         <mxCell id="m2yAFZURwQzL_4JhR4vO-10" edge="1" parent="1" source="m2yAFZURwQzL_4JhR4vO-9" style="edgeStyle=orthogonalEdgeStyle;rounded=0;orthogonalLoop=1;jettySize=auto;html=1;">
+           <mxGeometry relative="1" as="geometry">
+             <mxPoint x="400" y="3350" as="targetPoint" />
+           </mxGeometry>
+         </mxCell>
+         <mxCell id="m2yAFZURwQzL_4JhR4vO-9" parent="1" style="rounded=1;whiteSpace=wrap;html=1;fillColor=#60a917;fontColor=#ffffff;strokeColor=#2D7600;" value="request for a resource&amp;nbsp;" vertex="1">
+           <mxGeometry height="60" width="120" x="170" y="3320" as="geometry" />
+         </mxCell>
+         <mxCell id="m2yAFZURwQzL_4JhR4vO-16" edge="1" parent="1" source="m2yAFZURwQzL_4JhR4vO-11" style="edgeStyle=orthogonalEdgeStyle;rounded=0;orthogonalLoop=1;jettySize=auto;html=1;" target="m2yAFZURwQzL_4JhR4vO-15" value="">
+           <mxGeometry relative="1" as="geometry" />
+         </mxCell>
+         <mxCell id="m2yAFZURwQzL_4JhR4vO-11" parent="1" style="whiteSpace=wrap;html=1;fillColor=#60a917;strokeColor=#2D7600;fontColor=#ffffff;rounded=1;" value="checks if the request is authentic and authorized" vertex="1">
+           <mxGeometry height="60" width="200" x="455" y="3410" as="geometry" />
+         </mxCell>
+         <mxCell id="m2yAFZURwQzL_4JhR4vO-13" parent="1" style="whiteSpace=wrap;html=1;fillColor=#60a917;strokeColor=#2D7600;fontColor=#ffffff;rounded=1;" value="creates/ delete / manage the resource" vertex="1">
+           <mxGeometry height="60" width="120" x="790" y="3320" as="geometry" />
+         </mxCell>
+         <mxCell id="m2yAFZURwQzL_4JhR4vO-15" parent="1" style="whiteSpace=wrap;html=1;fillColor=#60a917;strokeColor=#2D7600;fontColor=#ffffff;rounded=1;" value="Folder /&amp;nbsp; file&amp;nbsp; (Resource Group)&amp;nbsp;&amp;nbsp;&lt;div&gt;VM&amp;nbsp;&lt;/div&gt;&lt;div&gt;Storage Group&amp;nbsp;&lt;/div&gt;&lt;div&gt;Database&lt;/div&gt;" vertex="1">
+           <mxGeometry height="100" width="120" x="496" y="3520" as="geometry" />
+         </mxCell>
+         <mxCell id="m2yAFZURwQzL_4JhR4vO-17" parent="1" style="rounded=1;whiteSpace=wrap;html=1;fillColor=#f8cecc;strokeColor=#b85450;" value="Resource group - logical container that hold multiple resources&amp;nbsp;&lt;div&gt;shop pr saman lena --- &amp;gt; resources (saman) ----&amp;gt; Bag (resource Group)&amp;nbsp;&lt;/div&gt;&lt;div&gt;any resource can only be created inside a resource group&amp;nbsp;&lt;/div&gt;&lt;div&gt;one resource can only belong to one resource group&amp;nbsp;&lt;/div&gt;" vertex="1">
+           <mxGeometry height="130" width="790" x="190" y="3650" as="geometry" />
+         </mxCell>
+         <mxCell id="m2yAFZURwQzL_4JhR4vO-20" edge="1" parent="1" source="m2yAFZURwQzL_4JhR4vO-18" style="edgeStyle=orthogonalEdgeStyle;rounded=0;orthogonalLoop=1;jettySize=auto;html=1;" target="m2yAFZURwQzL_4JhR4vO-19" value="">
+           <mxGeometry relative="1" as="geometry" />
+         </mxCell>
+         <mxCell id="m2yAFZURwQzL_4JhR4vO-22" edge="1" parent="1" source="m2yAFZURwQzL_4JhR4vO-18" style="edgeStyle=orthogonalEdgeStyle;rounded=0;orthogonalLoop=1;jettySize=auto;html=1;" target="m2yAFZURwQzL_4JhR4vO-21" value="">
+           <mxGeometry relative="1" as="geometry" />
+         </mxCell>
+         <mxCell id="m2yAFZURwQzL_4JhR4vO-18" parent="1" style="rounded=1;whiteSpace=wrap;html=1;fillColor=#e3c800;fontColor=#000000;strokeColor=#B09500;" value="How to create different resources on azure portal ??" vertex="1">
+           <mxGeometry height="60" width="425" x="335" y="3800" as="geometry" />
+         </mxCell>
+         <mxCell id="m2yAFZURwQzL_4JhR4vO-19" parent="1" style="whiteSpace=wrap;html=1;fillColor=#e3c800;strokeColor=#B09500;fontColor=#000000;rounded=1;" value="API ( application interface )&amp;nbsp;&lt;div&gt;By click / manual&amp;nbsp;&lt;/div&gt;" vertex="1">
+           <mxGeometry height="60" width="175" x="270" y="3900" as="geometry" />
+         </mxCell>
+         <mxCell id="m2yAFZURwQzL_4JhR4vO-24" edge="1" parent="1" source="m2yAFZURwQzL_4JhR4vO-21" style="edgeStyle=orthogonalEdgeStyle;rounded=0;orthogonalLoop=1;jettySize=auto;html=1;">
+           <mxGeometry relative="1" as="geometry">
+             <mxPoint x="600" y="4010" as="targetPoint" />
+           </mxGeometry>
+         </mxCell>
+         <mxCell id="m2yAFZURwQzL_4JhR4vO-25" edge="1" parent="1" source="m2yAFZURwQzL_4JhR4vO-21" style="edgeStyle=orthogonalEdgeStyle;rounded=0;orthogonalLoop=1;jettySize=auto;html=1;entryX=0.5;entryY=0;entryDx=0;entryDy=0;" target="m2yAFZURwQzL_4JhR4vO-27">
+           <mxGeometry relative="1" as="geometry">
+             <mxPoint x="870" y="4000" as="targetPoint" />
+           </mxGeometry>
+         </mxCell>
+         <mxCell id="m2yAFZURwQzL_4JhR4vO-21" parent="1" style="whiteSpace=wrap;html=1;fillColor=#e3c800;strokeColor=#B09500;fontColor=#000000;rounded=1;" value="Automation&amp;nbsp; (high package)" vertex="1">
+           <mxGeometry height="60" width="120" x="681.25" y="3900" as="geometry" />
+         </mxCell>
+         <mxCell id="m2yAFZURwQzL_4JhR4vO-23" parent="1" style="rounded=1;whiteSpace=wrap;html=1;fillColor=#dae8fc;gradientColor=#7ea6e0;strokeColor=#6c8ebf;" value="time taking&amp;nbsp;&lt;div&gt;not consistent&lt;/div&gt;&lt;div&gt;mistakes are possible&amp;nbsp;&lt;/div&gt;" vertex="1">
+           <mxGeometry height="60" width="164.72" x="275.28" y="3960" as="geometry" />
+         </mxCell>
+         <mxCell id="m2yAFZURwQzL_4JhR4vO-33" edge="1" parent="1" source="m2yAFZURwQzL_4JhR4vO-26" style="edgeStyle=orthogonalEdgeStyle;rounded=0;orthogonalLoop=1;jettySize=auto;html=1;">
+           <mxGeometry relative="1" as="geometry">
+             <mxPoint x="360" y="4100" as="targetPoint" />
+           </mxGeometry>
+         </mxCell>
+         <mxCell id="m2yAFZURwQzL_4JhR4vO-26" parent="1" style="rounded=1;whiteSpace=wrap;html=1;fillColor=#e6d0de;gradientColor=#d5739d;strokeColor=#996185;" value="Imperative&amp;nbsp;" vertex="1">
+           <mxGeometry height="40" width="120" x="543" y="4010" as="geometry" />
+         </mxCell>
+         <mxCell id="m2yAFZURwQzL_4JhR4vO-35" edge="1" parent="1" source="m2yAFZURwQzL_4JhR4vO-27" style="edgeStyle=orthogonalEdgeStyle;rounded=0;orthogonalLoop=1;jettySize=auto;html=1;">
+           <mxGeometry relative="1" as="geometry">
+             <mxPoint x="740" y="4330" as="targetPoint" />
+           </mxGeometry>
+         </mxCell>
+         <mxCell id="m2yAFZURwQzL_4JhR4vO-27" parent="1" style="rounded=1;whiteSpace=wrap;html=1;fillColor=#e6d0de;gradientColor=#d5739d;strokeColor=#996185;" value="Declarative" vertex="1">
+           <mxGeometry height="40" width="120" x="810" y="4010" as="geometry" />
+         </mxCell>
+         <mxCell id="m2yAFZURwQzL_4JhR4vO-28" parent="1" style="rounded=1;whiteSpace=wrap;html=1;fillColor=#d5e8d4;gradientColor=#97d077;strokeColor=#82b366;" value="Shahi Paneer&amp;nbsp;&lt;div&gt;paneer, cream, kaju ,pyaz , tamatar, spices , utensils&amp;nbsp;&lt;/div&gt;&lt;div&gt;&lt;br&gt;&lt;/div&gt;&lt;div&gt;step1&amp;nbsp; &amp;nbsp;&lt;/div&gt;&lt;div&gt;&lt;span style=&quot;background-color: transparent; color: light-dark(rgb(0, 0, 0), rgb(255, 255, 255));&quot;&gt;step2&amp;nbsp;&lt;/span&gt;&lt;/div&gt;&lt;div&gt;step 3&lt;/div&gt;&lt;div&gt;step 4&amp;nbsp;&lt;/div&gt;&lt;div&gt;&lt;br&gt;&lt;/div&gt;&lt;div&gt;final result - shahi paner&lt;/div&gt;" vertex="1">
+           <mxGeometry height="160" width="190" x="510" y="4060" as="geometry" />
+         </mxCell>
+         <mxCell id="m2yAFZURwQzL_4JhR4vO-29" parent="1" style="rounded=1;whiteSpace=wrap;html=1;fillColor=#d5e8d4;gradientColor=#97d077;strokeColor=#82b366;" value="Husband - Shahi Paneer&amp;nbsp;" vertex="1">
+           <mxGeometry height="160" width="190" x="778.25" y="4060" as="geometry" />
+         </mxCell>
+         <mxCell id="m2yAFZURwQzL_4JhR4vO-30" parent="1" style="rounded=1;whiteSpace=wrap;html=1;fillColor=#fff2cc;gradientColor=#ffd966;strokeColor=#d6b656;" value="define all the steps&amp;nbsp;" vertex="1">
+           <mxGeometry height="60" width="170" x="520" y="4240" as="geometry" />
+         </mxCell>
+         <mxCell id="m2yAFZURwQzL_4JhR4vO-31" parent="1" style="rounded=1;whiteSpace=wrap;html=1;fillColor=#fff2cc;gradientColor=#ffd966;strokeColor=#d6b656;" value="end result declare&amp;nbsp;" vertex="1">
+           <mxGeometry height="60" width="170" x="790" y="4240" as="geometry" />
+         </mxCell>
+         <mxCell id="m2yAFZURwQzL_4JhR4vO-34" parent="1" style="rounded=1;whiteSpace=wrap;html=1;fillColor=#f8cecc;gradientColor=#ea6b66;strokeColor=#b85450;" value="&lt;b&gt;Azure Cli (Az command) - windows/ linux/ mac&lt;/b&gt;&lt;div&gt;Azure Powershell (windows)&amp;nbsp;&lt;/div&gt;&lt;div&gt;Azure rest API&amp;nbsp;&lt;/div&gt;&lt;div&gt;Azure SDKs - using coding lang python, java etc.&amp;nbsp;&lt;/div&gt;" vertex="1">
+           <mxGeometry height="180" width="170" x="260" y="4110" as="geometry" />
+         </mxCell>
+         <mxCell id="m2yAFZURwQzL_4JhR4vO-36" parent="1" style="rounded=1;whiteSpace=wrap;html=1;fillColor=#f8cecc;gradientColor=#ea6b66;strokeColor=#b85450;" value="&lt;b&gt;ARM&lt;/b&gt; Template (Json format)&amp;nbsp;&lt;div&gt;&lt;b&gt;Azure&lt;/b&gt; Biceps&lt;/div&gt;&lt;div&gt;&lt;b&gt;Azure&lt;/b&gt; Blue Prints&amp;nbsp;&lt;/div&gt;&lt;div&gt;&lt;br&gt;&lt;/div&gt;&lt;div&gt;&lt;b&gt;Terraform&amp;nbsp;&lt;/b&gt;&lt;/div&gt;" vertex="1">
+           <mxGeometry height="100" width="170" x="650" y="4330" as="geometry" />
        </mxCell>
      </root>
    </mxGraphModel>
  </diagram>
</mxfile>
